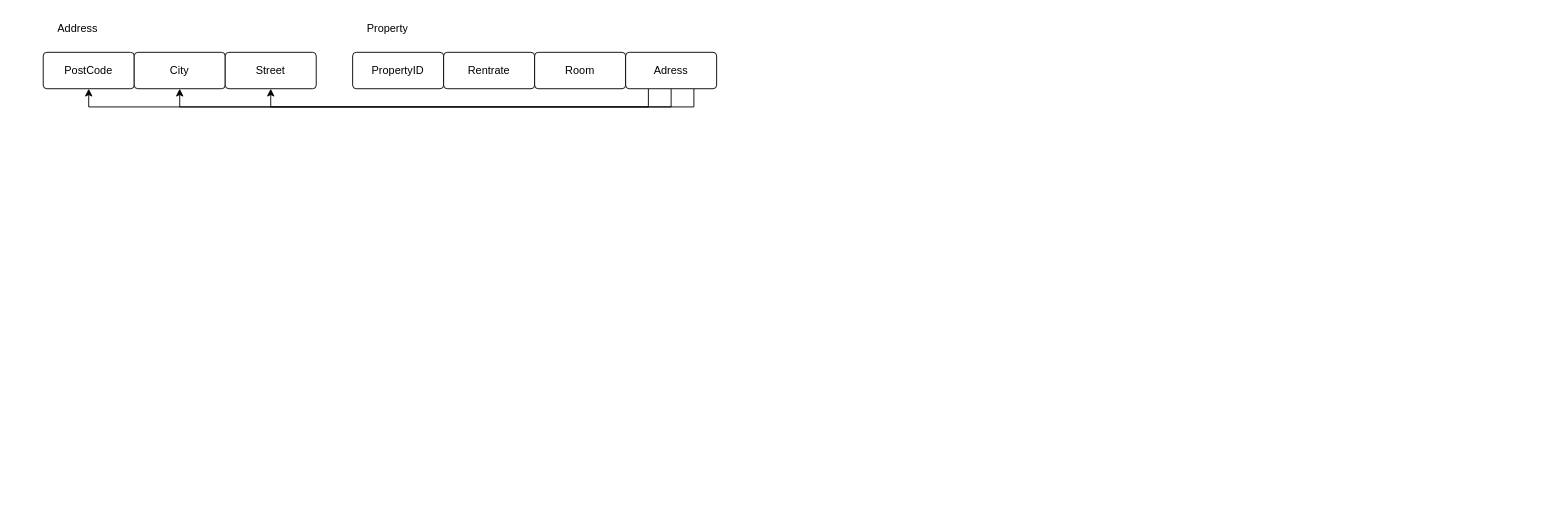
This is Lab3 ER mapping 2.drawio from Potterpurpp/PTTestYup, a draw.io file, before an edit. Source tidied: cells renumbered, new cells numbered last; positions are measured from the earlier drawing's top-left corner, leaving out a move shared by most shapes. Both pictures are drawn from the tidied source at 91%, with x=0, y=0 at pixel (43, 15).
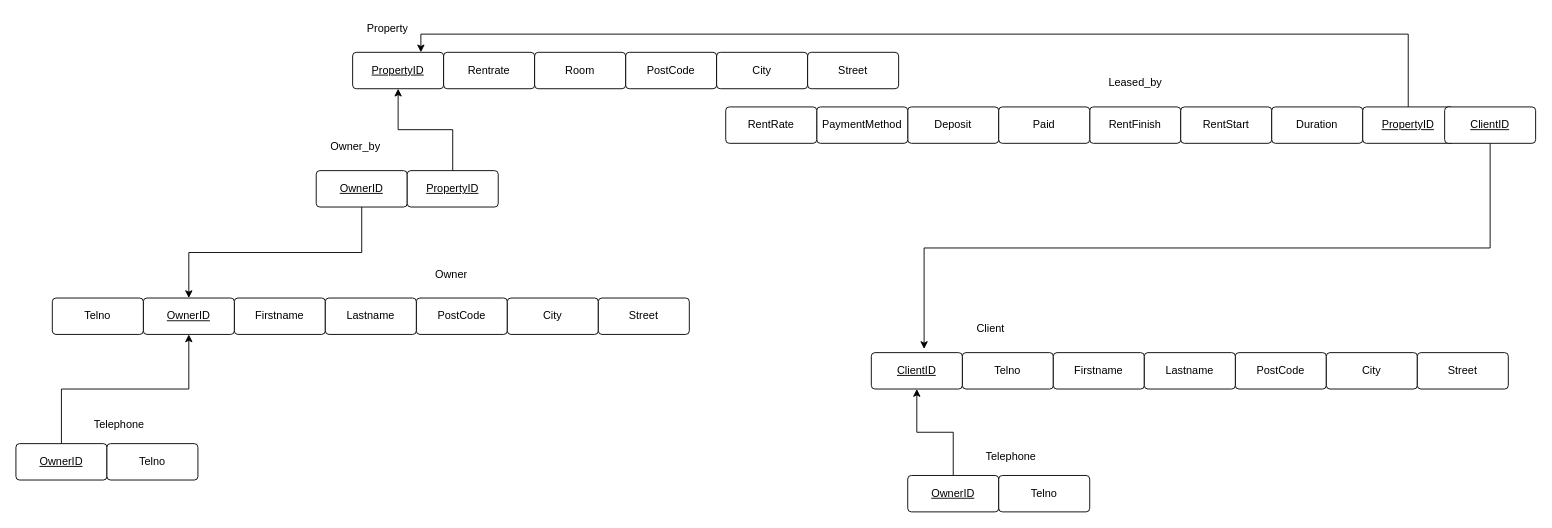
The same diagram, later.

What changed in the source:
```diff
@@
     <mxCell id="2" value="PostCode" style="rounded=1;arcSize=10;whiteSpace=wrap;html=1;align=center;" parent="1" vertex="1">
-      <mxGeometry y="40" width="100" height="40" as="geometry" />
+      <mxGeometry x="640" y="40" width="100" height="40" as="geometry" />
     </mxCell>
     <mxCell id="3" value="City" style="rounded=1;arcSize=10;whiteSpace=wrap;html=1;align=center;" parent="1" vertex="1">
-      <mxGeometry x="100" y="40" width="100" height="40" as="geometry" />
+      <mxGeometry x="740" y="40" width="100" height="40" as="geometry" />
     </mxCell>
     <mxCell id="4" value="Street" style="rounded=1;arcSize=10;whiteSpace=wrap;html=1;align=center;" parent="1" vertex="1">
-      <mxGeometry x="200" y="40" width="100" height="40" as="geometry" />
+      <mxGeometry x="840" y="40" width="100" height="40" as="geometry" />
     </mxCell>
-    <mxCell id="5" value="Address" style="text;strokeColor=none;fillColor=none;spacingLeft=4;spacingRight=4;overflow=hidden;fontSize=12;whiteSpace=wrap;html=1;" parent="1" vertex="1">
-      <mxGeometry x="10" width="70" height="30" as="geometry" />
-    </mxCell>
-    <mxCell id="6" value="PropertyID" style="rounded=1;arcSize=10;whiteSpace=wrap;html=1;align=center;" parent="1" vertex="1">
+    <mxCell id="6" value="&lt;u&gt;PropertyID&lt;/u&gt;" style="rounded=1;arcSize=10;whiteSpace=wrap;html=1;align=center;" parent="1" vertex="1">
       <mxGeometry x="340" y="40" width="100" height="40" as="geometry" />
     </mxCell>
@@
-    <mxCell id="10" style="edgeStyle=orthogonalEdgeStyle;rounded=0;jettySize=auto;html=1;exitX=0.5;exitY=1;exitDx=0;exitDy=0;entryX=0.5;entryY=1;entryDx=0;entryDy=0;" parent="1" edge="1" source="13" target="2">
-      <mxGeometry relative="1" as="geometry" />
-    </mxCell>
-    <mxCell id="11" style="edgeStyle=orthogonalEdgeStyle;rounded=0;jettySize=auto;html=1;exitX=0.75;exitY=1;exitDx=0;exitDy=0;entryX=0.5;entryY=1;entryDx=0;entryDy=0;" parent="1" edge="1" source="13" target="3">
-      <mxGeometry relative="1" as="geometry" />
-    </mxCell>
-    <mxCell id="12" style="edgeStyle=orthogonalEdgeStyle;rounded=0;jettySize=auto;html=1;exitX=0.25;exitY=1;exitDx=0;exitDy=0;entryX=0.5;entryY=1;entryDx=0;entryDy=0;" parent="1" edge="1" source="13" target="4">
-      <mxGeometry relative="1" as="geometry" />
-    </mxCell>
-    <mxCell id="13" value="Adress" style="rounded=1;arcSize=10;whiteSpace=wrap;html=1;align=center;" parent="1" vertex="1">
-      <mxGeometry x="640" y="40" width="100" height="40" as="geometry" />
-    </mxCell>
+    <mxCell id="14" value="PostCode" style="rounded=1;arcSize=10;whiteSpace=wrap;html=1;align=center;" parent="1" vertex="1">
+      <mxGeometry x="410" y="310" width="100" height="40" as="geometry" />
+    </mxCell>
+    <mxCell id="15" value="City" style="rounded=1;arcSize=10;whiteSpace=wrap;html=1;align=center;" parent="1" vertex="1">
+      <mxGeometry x="510" y="310" width="100" height="40" as="geometry" />
+    </mxCell>
+    <mxCell id="16" value="Street" style="rounded=1;arcSize=10;whiteSpace=wrap;html=1;align=center;" parent="1" vertex="1">
+      <mxGeometry x="610" y="310" width="100" height="40" as="geometry" />
+    </mxCell>
+    <mxCell id="17" value="Owner" style="text;strokeColor=none;fillColor=none;spacingLeft=4;spacingRight=4;overflow=hidden;fontSize=12;whiteSpace=wrap;html=1;" parent="1" vertex="1">
+      <mxGeometry x="425" y="270" width="70" height="30" as="geometry" />
+    </mxCell>
+    <mxCell id="18" value="Firstname" style="rounded=1;arcSize=10;whiteSpace=wrap;html=1;align=center;" parent="1" vertex="1">
+      <mxGeometry x="210" y="310" width="100" height="40" as="geometry" />
+    </mxCell>
+    <mxCell id="19" value="Lastname" style="rounded=1;arcSize=10;whiteSpace=wrap;html=1;align=center;" parent="1" vertex="1">
+      <mxGeometry x="310" y="310" width="100" height="40" as="geometry" />
+    </mxCell>
+    <mxCell id="20" value="&lt;u&gt;OwnerID&lt;/u&gt;" style="rounded=1;arcSize=10;whiteSpace=wrap;html=1;align=center;" parent="1" vertex="1">
+      <mxGeometry x="110" y="310" width="100" height="40" as="geometry" />
+    </mxCell>
+    <mxCell id="21" value="PostCode" style="rounded=1;arcSize=10;whiteSpace=wrap;html=1;align=center;" parent="1" vertex="1">
+      <mxGeometry x="1310" y="370" width="100" height="40" as="geometry" />
+    </mxCell>
+    <mxCell id="22" value="City" style="rounded=1;arcSize=10;whiteSpace=wrap;html=1;align=center;" parent="1" vertex="1">
+      <mxGeometry x="1410" y="370" width="100" height="40" as="geometry" />
+    </mxCell>
+    <mxCell id="23" value="Street" style="rounded=1;arcSize=10;whiteSpace=wrap;html=1;align=center;" parent="1" vertex="1">
+      <mxGeometry x="1510" y="370" width="100" height="40" as="geometry" />
+    </mxCell>
+    <mxCell id="24" style="edgeStyle=orthogonalEdgeStyle;rounded=0;jettySize=auto;html=1;exitX=0.5;exitY=1;exitDx=0;exitDy=0;entryX=0.5;entryY=0;entryDx=0;entryDy=0;" parent="1" edge="1" source="25" target="20">
+      <mxGeometry relative="1" as="geometry" />
+    </mxCell>
+    <mxCell id="25" value="&lt;u&gt;OwnerID&lt;/u&gt;" style="rounded=1;arcSize=10;whiteSpace=wrap;html=1;align=center;" parent="1" vertex="1">
+      <mxGeometry x="300" y="170" width="100" height="40" as="geometry" />
+    </mxCell>
+    <mxCell id="26" style="edgeStyle=orthogonalEdgeStyle;rounded=0;jettySize=auto;html=1;exitX=0.5;exitY=0;exitDx=0;exitDy=0;entryX=0.5;entryY=1;entryDx=0;entryDy=0;" parent="1" edge="1" source="27" target="6">
+      <mxGeometry relative="1" as="geometry" />
+    </mxCell>
+    <mxCell id="27" value="&lt;u&gt;PropertyID&lt;/u&gt;" style="rounded=1;arcSize=10;whiteSpace=wrap;html=1;align=center;" parent="1" vertex="1">
+      <mxGeometry x="400" y="170" width="100" height="40" as="geometry" />
+    </mxCell>
+    <mxCell id="28" value="Owner_by" style="text;strokeColor=none;fillColor=none;spacingLeft=4;spacingRight=4;overflow=hidden;fontSize=12;whiteSpace=wrap;html=1;" parent="1" vertex="1">
+      <mxGeometry x="310" y="130" width="70" height="30" as="geometry" />
+    </mxCell>
+    <mxCell id="29" value="Telno" style="rounded=1;arcSize=10;whiteSpace=wrap;html=1;align=center;" parent="1" vertex="1">
+      <mxGeometry x="10" y="310" width="100" height="40" as="geometry" />
+    </mxCell>
+    <mxCell id="30" value="RentFinish" style="rounded=1;arcSize=10;whiteSpace=wrap;html=1;align=center;" parent="1" vertex="1">
+      <mxGeometry x="1150" y="100" width="100" height="40" as="geometry" />
+    </mxCell>
+    <mxCell id="31" value="RentStart" style="rounded=1;arcSize=10;whiteSpace=wrap;html=1;align=center;" parent="1" vertex="1">
+      <mxGeometry x="1250" y="100" width="100" height="40" as="geometry" />
+    </mxCell>
+    <mxCell id="32" value="Duration" style="rounded=1;arcSize=10;whiteSpace=wrap;html=1;align=center;" parent="1" vertex="1">
+      <mxGeometry x="1350" y="100" width="100" height="40" as="geometry" />
+    </mxCell>
+    <mxCell id="33" value="Leased_by" style="text;strokeColor=none;fillColor=none;spacingLeft=4;spacingRight=4;overflow=hidden;fontSize=12;whiteSpace=wrap;html=1;" parent="1" vertex="1">
+      <mxGeometry x="1165" y="60" width="70" height="30" as="geometry" />
+    </mxCell>
+    <mxCell id="34" value="Deposit" style="rounded=1;arcSize=10;whiteSpace=wrap;html=1;align=center;" parent="1" vertex="1">
+      <mxGeometry x="950" y="100" width="100" height="40" as="geometry" />
+    </mxCell>
+    <mxCell id="35" value="Paid" style="rounded=1;arcSize=10;whiteSpace=wrap;html=1;align=center;" parent="1" vertex="1">
+      <mxGeometry x="1050" y="100" width="100" height="40" as="geometry" />
+    </mxCell>
+    <mxCell id="36" value="PaymentMethod" style="rounded=1;arcSize=10;whiteSpace=wrap;html=1;align=center;" parent="1" vertex="1">
+      <mxGeometry x="850" y="100" width="100" height="40" as="geometry" />
+    </mxCell>
+    <mxCell id="37" style="edgeStyle=orthogonalEdgeStyle;rounded=0;jettySize=auto;html=1;exitX=0.5;exitY=0;exitDx=0;exitDy=0;entryX=0.75;entryY=0;entryDx=0;entryDy=0;" parent="1" edge="1" source="38" target="6">
+      <mxGeometry relative="1" as="geometry" />
+    </mxCell>
+    <mxCell id="38" value="&lt;u&gt;PropertyID&lt;/u&gt;" style="rounded=1;arcSize=10;whiteSpace=wrap;html=1;align=center;" parent="1" vertex="1">
+      <mxGeometry x="1450" y="100" width="100" height="40" as="geometry" />
+    </mxCell>
+    <mxCell id="39" value="RentRate" style="rounded=1;arcSize=10;whiteSpace=wrap;html=1;align=center;" parent="1" vertex="1">
+      <mxGeometry x="750" y="100" width="100" height="40" as="geometry" />
+    </mxCell>
+    <mxCell id="40" value="Telno" style="rounded=1;arcSize=10;whiteSpace=wrap;html=1;align=center;" parent="1" vertex="1">
+      <mxGeometry x="1010" y="370" width="100" height="40" as="geometry" />
+    </mxCell>
+    <mxCell id="41" value="Firstname" style="rounded=1;arcSize=10;whiteSpace=wrap;html=1;align=center;" parent="1" vertex="1">
+      <mxGeometry x="1110" y="370" width="100" height="40" as="geometry" />
+    </mxCell>
+    <mxCell id="42" value="Client" style="text;strokeColor=none;fillColor=none;spacingLeft=4;spacingRight=4;overflow=hidden;fontSize=12;whiteSpace=wrap;html=1;" parent="1" vertex="1">
+      <mxGeometry x="1020" y="330" width="70" height="30" as="geometry" />
+    </mxCell>
+    <mxCell id="43" value="&lt;u&gt;ClientID&lt;/u&gt;" style="rounded=1;arcSize=10;whiteSpace=wrap;html=1;align=center;" parent="1" vertex="1">
+      <mxGeometry x="910" y="370" width="100" height="40" as="geometry" />
+    </mxCell>
+    <mxCell id="44" value="Lastname" style="rounded=1;arcSize=10;whiteSpace=wrap;html=1;align=center;" parent="1" vertex="1">
+      <mxGeometry x="1210" y="370" width="100" height="40" as="geometry" />
+    </mxCell>
+    <mxCell id="45" style="edgeStyle=orthogonalEdgeStyle;rounded=0;jettySize=auto;html=1;exitX=0.5;exitY=1;exitDx=0;exitDy=0;entryX=0.58;entryY=-0.1;entryDx=0;entryDy=0;entryPerimeter=0;" parent="1" edge="1" source="46" target="43">
+      <mxGeometry relative="1" as="geometry" />
+    </mxCell>
+    <mxCell id="46" value="&lt;u&gt;ClientID&lt;/u&gt;" style="rounded=1;arcSize=10;whiteSpace=wrap;html=1;align=center;" parent="1" vertex="1">
+      <mxGeometry x="1540" y="100" width="100" height="40" as="geometry" />
+    </mxCell>
+    <mxCell id="47" style="edgeStyle=orthogonalEdgeStyle;rounded=0;jettySize=auto;html=1;exitX=0.5;exitY=0;exitDx=0;exitDy=0;entryX=0.5;entryY=1;entryDx=0;entryDy=0;" parent="1" edge="1" source="48" target="20">
+      <mxGeometry relative="1" as="geometry" />
+    </mxCell>
+    <mxCell id="48" value="&lt;u&gt;OwnerID&lt;/u&gt;" style="rounded=1;arcSize=10;whiteSpace=wrap;html=1;align=center;" parent="1" vertex="1">
+      <mxGeometry x="-30" y="470" width="100" height="40" as="geometry" />
+    </mxCell>
+    <mxCell id="49" value="Telno" style="rounded=1;arcSize=10;whiteSpace=wrap;html=1;align=center;" parent="1" vertex="1">
+      <mxGeometry x="70" y="470" width="100" height="40" as="geometry" />
+    </mxCell>
+    <mxCell id="50" value="Telephone" style="text;strokeColor=none;fillColor=none;spacingLeft=4;spacingRight=4;overflow=hidden;fontSize=12;whiteSpace=wrap;html=1;" parent="1" vertex="1">
+      <mxGeometry x="50" y="435" width="70" height="30" as="geometry" />
+    </mxCell>
+    <mxCell id="51" style="edgeStyle=orthogonalEdgeStyle;rounded=0;jettySize=auto;html=1;entryX=0.5;entryY=1;entryDx=0;entryDy=0;" parent="1" edge="1" source="52" target="43">
+      <mxGeometry relative="1" as="geometry" />
+    </mxCell>
+    <mxCell id="52" value="&lt;u&gt;OwnerID&lt;/u&gt;" style="rounded=1;arcSize=10;whiteSpace=wrap;html=1;align=center;" parent="1" vertex="1">
+      <mxGeometry x="950" y="505" width="100" height="40" as="geometry" />
+    </mxCell>
+    <mxCell id="53" value="Telno" style="rounded=1;arcSize=10;whiteSpace=wrap;html=1;align=center;" parent="1" vertex="1">
+      <mxGeometry x="1050" y="505" width="100" height="40" as="geometry" />
+    </mxCell>
+    <mxCell id="54" value="Telephone" style="text;strokeColor=none;fillColor=none;spacingLeft=4;spacingRight=4;overflow=hidden;fontSize=12;whiteSpace=wrap;html=1;" parent="1" vertex="1">
+      <mxGeometry x="1030" y="470" width="70" height="30" as="geometry" />
+    </mxCell>
```
